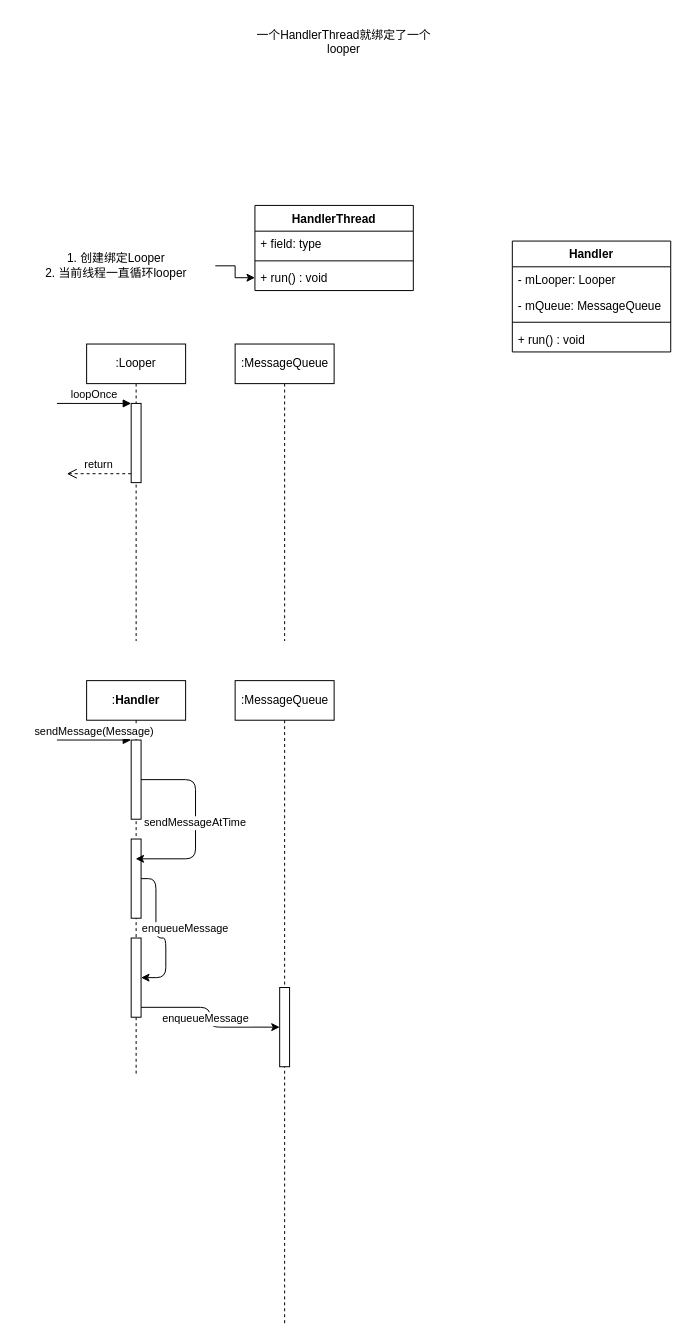
Earlier version of the draw.io diagram SourceCodeRead/AndroidStateMachine.drawio (m1018/ChaoStudy). Source tidied: cells renumbered, new cells numbered last; positions are measured from the earlier drawing's top-left corner, leaving out a move shared by most shapes. Both pictures are drawn from the tidied source at 99%, with x=0, y=0 at pixel (17, 17).
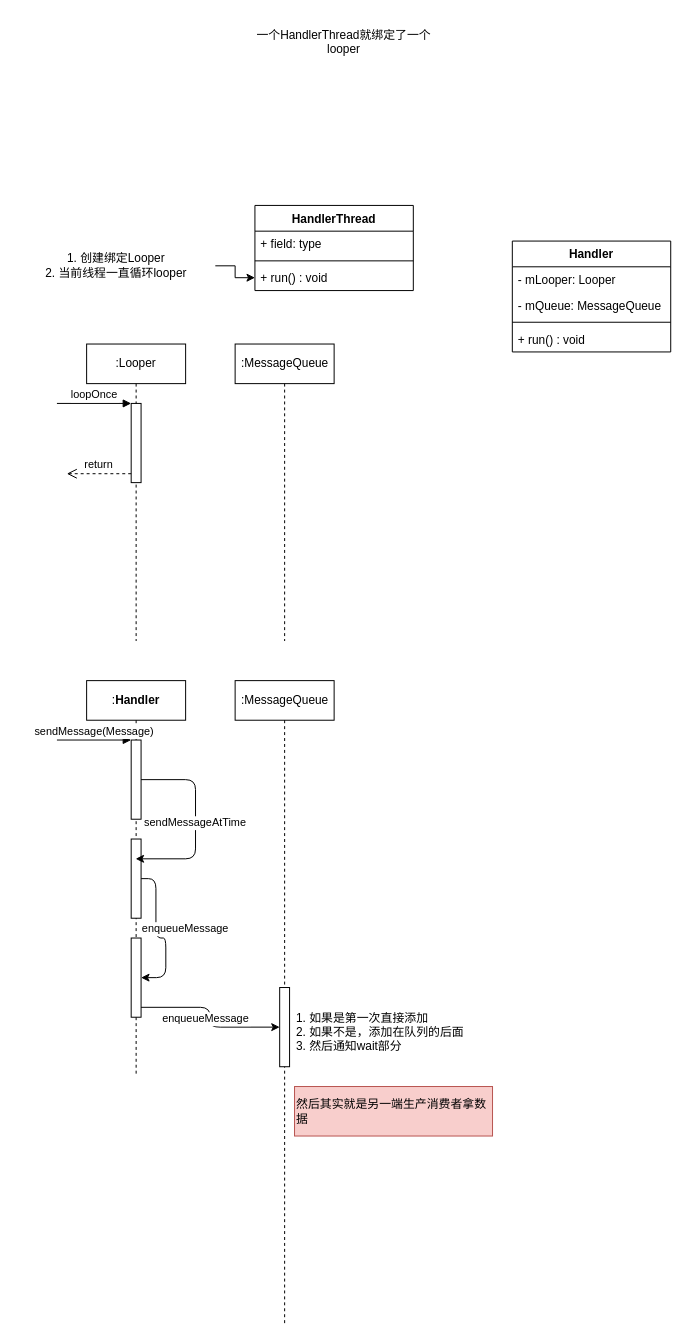
The same diagram, later.

What changed in the source:
```diff
@@
+    <mxCell id="30" value="1. 如果是第一次直接添加&lt;br&gt;2. 如果不是，添加在队列的后面&lt;br&gt;3. 然后通知wait部分" style="text;html=1;strokeColor=none;fillColor=none;align=left;verticalAlign=middle;whiteSpace=wrap;rounded=0;" parent="1" vertex="1">
+      <mxGeometry x="280" y="1000" width="200" height="50" as="geometry" />
+    </mxCell>
+    <mxCell id="31" value="然后其实就是另一端生产消费者拿数据" style="text;html=1;strokeColor=#b85450;fillColor=#f8cecc;align=left;verticalAlign=middle;whiteSpace=wrap;rounded=0;" parent="1" vertex="1">
+      <mxGeometry x="280" y="1080" width="200" height="50" as="geometry" />
+    </mxCell>
```
